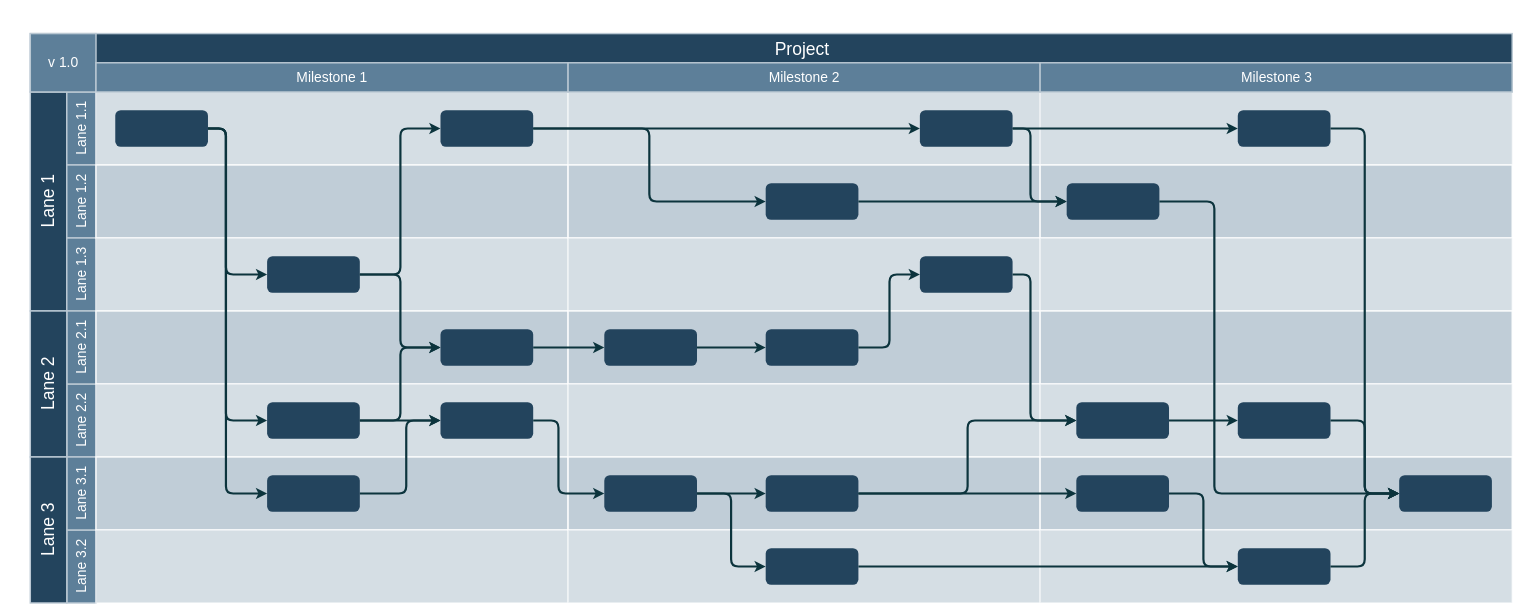
arlenye/design keeps this draw.io diagram as Untitled Diagram.drawio. Above is the earlier version. Source tidied: cells renumbered, new cells numbered last; positions are measured from the earlier drawing's top-left corner, leaving out a move shared by most shapes. Both pictures are drawn from the tidied source at 73%, with x=0, y=0 at pixel (30, 33).
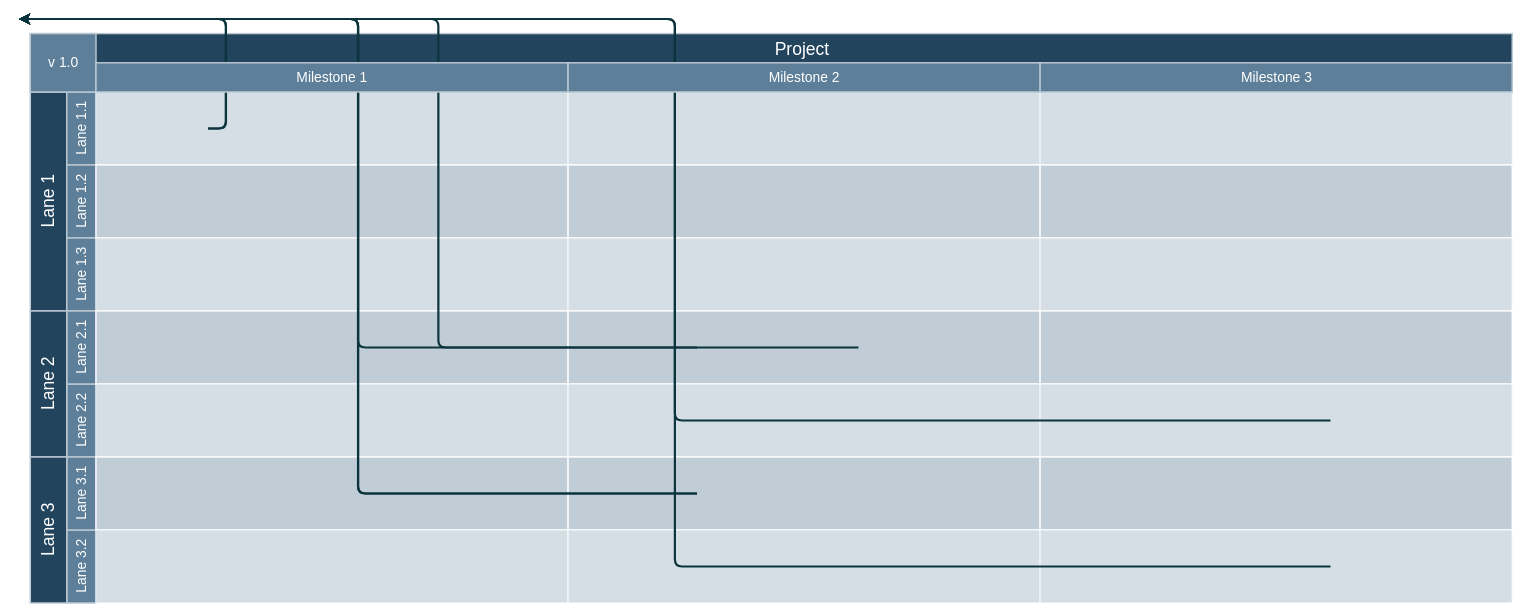
The same page after the edit.

What changed in the source:
```diff
@@
-    <mxCell id="35" style="edgeStyle=orthogonalEdgeStyle;rounded=1;jumpStyle=none;html=1;exitX=1;exitY=0.5;entryX=0;entryY=0.5;labelBackgroundColor=#ffffff;startArrow=none;startFill=0;endArrow=classic;jettySize=auto;strokeColor=#0C343D;strokeWidth=3;fontFamily=Helvetica;fontSize=11;fontColor=#000000;" parent="1" edge="1" source="36" target="38">
+    <mxCell id="35" style="edgeStyle=orthogonalEdgeStyle;rounded=1;jumpStyle=none;html=1;exitX=1;exitY=0.5;entryX=0;entryY=0.5;labelBackgroundColor=#ffffff;startArrow=none;startFill=0;endArrow=classic;jettySize=auto;orthogonalLoop=1;strokeColor=#0C343D;strokeWidth=3;fontFamily=Helvetica;fontSize=11;fontColor=#000000;" parent="1" edge="1">
       <mxGeometry relative="1" as="geometry">
+        <mxPoint x="243.4" y="130.5" as="sourcePoint" />
         <Array as="points">
           <mxPoint x="268" y="130.5" />
           <mxPoint x="268" y="330.5" />
         </Array>
       </mxGeometry>
     </mxCell>
-    <mxCell id="36" style="rounded=1;fillColor=#23445D;strokeColor=none;strokeWidth=2;fontFamily=Helvetica;html=1;gradientColor=none;" parent="1" vertex="1">
-      <mxGeometry x="116.4" y="105.5" width="127" height="50" as="geometry" />
-    </mxCell>
-    <mxCell id="37" style="rounded=1;fillColor=#23445D;strokeColor=none;strokeWidth=2;fontFamily=Helvetica;html=1;gradientColor=none;" parent="1" vertex="1">
-      <mxGeometry x="561.9" y="105.5" width="127" height="50" as="geometry" />
-    </mxCell>
-    <mxCell id="38" style="rounded=1;fillColor=#23445D;strokeColor=none;strokeWidth=2;fontFamily=Helvetica;html=1;gradientColor=none;" parent="1" vertex="1">
-      <mxGeometry x="324.4" y="305.5" width="127" height="50" as="geometry" />
-    </mxCell>
-    <mxCell id="39" style="rounded=1;fillColor=#23445D;strokeColor=none;strokeWidth=2;fontFamily=Helvetica;html=1;gradientColor=none;" parent="1" vertex="1">
-      <mxGeometry x="561.9" y="405.5" width="127" height="50" as="geometry" />
-    </mxCell>
-    <mxCell id="40" style="rounded=1;fillColor=#23445D;strokeColor=none;strokeWidth=2;fontFamily=Helvetica;html=1;gradientColor=none;" parent="1" vertex="1">
-      <mxGeometry x="561.9" y="505.5" width="127" height="50" as="geometry" />
-    </mxCell>
-    <mxCell id="41" style="rounded=1;fillColor=#23445D;strokeColor=none;strokeWidth=2;fontFamily=Helvetica;html=1;gradientColor=none;" parent="1" vertex="1">
-      <mxGeometry x="324.4" y="605.5" width="127" height="50" as="geometry" />
-    </mxCell>
-    <mxCell id="42" style="rounded=1;fillColor=#23445D;strokeColor=none;strokeWidth=2;fontFamily=Helvetica;html=1;gradientColor=none;" parent="1" vertex="1">
-      <mxGeometry x="324.4" y="505.5" width="127" height="50" as="geometry" />
-    </mxCell>
-    <mxCell id="43" style="rounded=1;fillColor=#23445D;strokeColor=none;strokeWidth=2;fontFamily=Helvetica;html=1;gradientColor=none;" parent="1" vertex="1">
-      <mxGeometry x="1007.4" y="205.5" width="127" height="50" as="geometry" />
-    </mxCell>
-    <mxCell id="44" style="rounded=1;fillColor=#23445D;strokeColor=none;strokeWidth=2;fontFamily=Helvetica;html=1;gradientColor=none;" parent="1" vertex="1">
-      <mxGeometry x="1218.6" y="105.5" width="127" height="50" as="geometry" />
-    </mxCell>
-    <mxCell id="45" style="rounded=1;fillColor=#23445D;strokeColor=none;strokeWidth=2;gradientColor=none;fontFamily=Helvetica;html=1;" parent="1" vertex="1">
-      <mxGeometry x="1875.2" y="605.5" width="127" height="50" as="geometry" />
-    </mxCell>
-    <mxCell id="46" style="rounded=1;fillColor=#23445D;strokeColor=none;strokeWidth=2;fontFamily=Helvetica;html=1;gradientColor=none;" parent="1" vertex="1">
-      <mxGeometry x="1007.4" y="405.5" width="127" height="50" as="geometry" />
-    </mxCell>
-    <mxCell id="47" style="rounded=1;fillColor=#23445D;strokeColor=none;strokeWidth=2;fontFamily=Helvetica;html=1;gradientColor=none;" parent="1" vertex="1">
-      <mxGeometry x="1007.4" y="705.5" width="127" height="50" as="geometry" />
-    </mxCell>
-    <mxCell id="48" style="rounded=1;fillColor=#23445D;strokeColor=none;strokeWidth=2;fontFamily=Helvetica;html=1;gradientColor=none;" parent="1" vertex="1">
-      <mxGeometry x="786.3" y="605.5" width="127" height="50" as="geometry" />
-    </mxCell>
-    <mxCell id="49" style="rounded=1;fillColor=#23445D;strokeColor=none;strokeWidth=2;fontFamily=Helvetica;html=1;gradientColor=none;" parent="1" vertex="1">
-      <mxGeometry x="1007.4" y="605.5" width="127" height="50" as="geometry" />
-    </mxCell>
-    <mxCell id="50" style="rounded=1;fillColor=#23445D;strokeColor=none;strokeWidth=2;fontFamily=Helvetica;html=1;gradientColor=none;" parent="1" vertex="1">
-      <mxGeometry x="786.3" y="405.5" width="127" height="50" as="geometry" />
-    </mxCell>
-    <mxCell id="51" style="rounded=1;fillColor=#23445D;strokeColor=none;strokeWidth=2;fontFamily=Helvetica;html=1;gradientColor=none;" parent="1" vertex="1">
-      <mxGeometry x="1218.6" y="305.5" width="127" height="50" as="geometry" />
-    </mxCell>
-    <mxCell id="52" style="rounded=1;fillColor=#23445D;strokeColor=none;strokeWidth=2;gradientColor=none;fontFamily=Helvetica;html=1;" parent="1" vertex="1">
-      <mxGeometry x="1432.9" y="505.5" width="127" height="50" as="geometry" />
-    </mxCell>
-    <mxCell id="53" style="rounded=1;fillColor=#23445D;strokeColor=none;strokeWidth=2;gradientColor=none;fontFamily=Helvetica;html=1;" parent="1" vertex="1">
-      <mxGeometry x="1654.1" y="505.5" width="127" height="50" as="geometry" />
-    </mxCell>
-    <mxCell id="54" style="rounded=1;fillColor=#23445D;strokeColor=none;strokeWidth=2;gradientColor=none;fontFamily=Helvetica;html=1;" parent="1" vertex="1">
-      <mxGeometry x="1419.7" y="205.5" width="127" height="50" as="geometry" />
-    </mxCell>
-    <mxCell id="55" style="rounded=1;fillColor=#23445D;strokeColor=none;strokeWidth=2;gradientColor=none;fontFamily=Helvetica;html=1;" parent="1" vertex="1">
-      <mxGeometry x="1432.9" y="605.5" width="127" height="50" as="geometry" />
-    </mxCell>
-    <mxCell id="56" style="rounded=1;fillColor=#23445D;strokeColor=none;strokeWidth=2;gradientColor=none;fontFamily=Helvetica;html=1;" parent="1" vertex="1">
-      <mxGeometry x="1654.1" y="705.5" width="127" height="50" as="geometry" />
-    </mxCell>
-    <mxCell id="57" style="rounded=1;fillColor=#23445D;strokeColor=none;strokeWidth=2;gradientColor=none;fontFamily=Helvetica;html=1;" parent="1" vertex="1">
-      <mxGeometry x="1654.1" y="105.5" width="127" height="50" as="geometry" />
-    </mxCell>
-    <mxCell id="58" style="edgeStyle=elbowEdgeStyle;elbow=horizontal;strokeWidth=3;strokeColor=#0C343D;fontFamily=Helvetica;html=1;" parent="1" edge="1" source="36" target="42">
+    <mxCell id="58" style="edgeStyle=elbowEdgeStyle;elbow=horizontal;strokeWidth=3;strokeColor=#0C343D;fontFamily=Helvetica;html=1;" parent="1" edge="1">
       <mxGeometry x="6.4" y="830.5" as="geometry">
+        <mxPoint x="243.4" y="130.5" as="sourcePoint" />
+        <mxPoint x="-15.6" y="-19.5" as="targetPoint" />
         <Array as="points">
           <mxPoint x="268" y="343.5" />
         </Array>
       </mxGeometry>
     </mxCell>
-    <mxCell id="59" style="edgeStyle=elbowEdgeStyle;elbow=horizontal;strokeWidth=3;strokeColor=#0C343D;fontFamily=Helvetica;html=1;" parent="1" edge="1" source="36" target="41">
+    <mxCell id="59" style="edgeStyle=elbowEdgeStyle;elbow=horizontal;strokeWidth=3;strokeColor=#0C343D;fontFamily=Helvetica;html=1;" parent="1" edge="1">
       <mxGeometry x="6.4" y="830.5" as="geometry">
+        <mxPoint x="243.4" y="130.5" as="sourcePoint" />
+        <mxPoint x="-15.6" y="-19.5" as="targetPoint" />
         <Array as="points">
           <mxPoint x="268" y="252.5" />
         </Array>
       </mxGeometry>
     </mxCell>
-    <mxCell id="60" style="edgeStyle=elbowEdgeStyle;elbow=horizontal;strokeWidth=3;strokeColor=#0C343D;fontFamily=Helvetica;html=1;" parent="1" edge="1" source="38" target="37">
-      <mxGeometry x="6.4" y="830.5" as="geometry" />
-    </mxCell>
-    <mxCell id="61" style="edgeStyle=elbowEdgeStyle;elbow=horizontal;strokeWidth=3;strokeColor=#0C343D;fontFamily=Helvetica;html=1;" parent="1" edge="1" source="38" target="39">
-      <mxGeometry x="6.4" y="830.5" as="geometry" />
-    </mxCell>
-    <mxCell id="62" style="edgeStyle=elbowEdgeStyle;elbow=horizontal;strokeWidth=3;strokeColor=#0C343D;fontFamily=Helvetica;html=1;" parent="1" edge="1" source="42" target="39">
-      <mxGeometry x="6.4" y="830.5" as="geometry" />
-    </mxCell>
-    <mxCell id="63" style="edgeStyle=elbowEdgeStyle;elbow=horizontal;strokeWidth=3;strokeColor=#0C343D;fontFamily=Helvetica;html=1;" parent="1" edge="1" source="42" target="40">
-      <mxGeometry x="6.4" y="830.5" as="geometry" />
-    </mxCell>
-    <mxCell id="64" style="edgeStyle=elbowEdgeStyle;elbow=horizontal;strokeWidth=3;strokeColor=#0C343D;fontFamily=Helvetica;html=1;" parent="1" edge="1" source="41" target="40">
-      <mxGeometry x="6.4" y="830.5" as="geometry">
-        <Array as="points">
-          <mxPoint x="515" y="584.5" />
-        </Array>
-      </mxGeometry>
-    </mxCell>
-    <mxCell id="65" style="edgeStyle=elbowEdgeStyle;elbow=horizontal;strokeWidth=3;strokeColor=#0C343D;fontFamily=Helvetica;html=1;" parent="1" edge="1" source="37" target="43">
-      <mxGeometry x="6.4" y="830.5" as="geometry" />
-    </mxCell>
-    <mxCell id="66" style="edgeStyle=elbowEdgeStyle;elbow=horizontal;strokeWidth=3;strokeColor=#0C343D;fontFamily=Helvetica;html=1;" parent="1" edge="1" source="39" target="50">
-      <mxGeometry x="6.4" y="830.5" as="geometry" />
-    </mxCell>
-    <mxCell id="67" style="edgeStyle=elbowEdgeStyle;elbow=horizontal;strokeWidth=3;strokeColor=#0C343D;fontFamily=Helvetica;html=1;" parent="1" edge="1" source="50" target="46">
-      <mxGeometry x="6.4" y="830.5" as="geometry" />
+    <mxCell id="67" style="edgeStyle=elbowEdgeStyle;elbow=horizontal;strokeWidth=3;strokeColor=#0C343D;fontFamily=Helvetica;html=1;" parent="1" edge="1">
+      <mxGeometry x="6.4" y="830.5" as="geometry">
+        <mxPoint x="913.3" y="430.5" as="sourcePoint" />
+        <mxPoint x="-15.6" y="-19.5" as="targetPoint" />
+      </mxGeometry>
     </mxCell>
-    <mxCell id="68" style="edgeStyle=elbowEdgeStyle;elbow=horizontal;strokeWidth=3;strokeColor=#0C343D;fontFamily=Helvetica;html=1;" parent="1" edge="1" source="37" target="44">
-      <mxGeometry x="6.4" y="830.5" as="geometry" />
-    </mxCell>
-    <mxCell id="69" style="edgeStyle=elbowEdgeStyle;elbow=horizontal;strokeWidth=3;strokeColor=#0C343D;fontFamily=Helvetica;html=1;" parent="1" edge="1" source="40" target="48">
-      <mxGeometry x="6.4" y="830.5" as="geometry">
-        <Array as="points">
-          <mxPoint x="723.5" y="580.5" />
-        </Array>
-      </mxGeometry>
-    </mxCell>
-    <mxCell id="70" style="edgeStyle=elbowEdgeStyle;elbow=horizontal;strokeWidth=3;strokeColor=#0C343D;fontFamily=Helvetica;html=1;" parent="1" edge="1" source="48" target="49">
-      <mxGeometry x="6.4" y="830.5" as="geometry" />
+    <mxCell id="70" style="edgeStyle=elbowEdgeStyle;elbow=horizontal;strokeWidth=3;strokeColor=#0C343D;fontFamily=Helvetica;html=1;" parent="1" edge="1">
+      <mxGeometry x="6.4" y="830.5" as="geometry">
+        <mxPoint x="913.3" y="630.5" as="sourcePoint" />
+        <mxPoint x="-15.6" y="-19.5" as="targetPoint" />
+      </mxGeometry>
     </mxCell>
-    <mxCell id="71" style="edgeStyle=elbowEdgeStyle;elbow=horizontal;strokeWidth=3;strokeColor=#0C343D;fontFamily=Helvetica;html=1;" parent="1" edge="1" source="48" target="47">
-      <mxGeometry x="6.4" y="830.5" as="geometry" />
+    <mxCell id="71" style="edgeStyle=elbowEdgeStyle;elbow=horizontal;strokeWidth=3;strokeColor=#0C343D;fontFamily=Helvetica;html=1;" parent="1" edge="1">
+      <mxGeometry x="6.4" y="830.5" as="geometry">
+        <mxPoint x="913.3" y="630.5" as="sourcePoint" />
+        <mxPoint x="-15.6" y="-19.5" as="targetPoint" />
+      </mxGeometry>
     </mxCell>
-    <mxCell id="72" style="edgeStyle=elbowEdgeStyle;elbow=horizontal;strokeWidth=3;strokeColor=#0C343D;fontFamily=Helvetica;html=1;" parent="1" edge="1" source="47" target="56">
-      <mxGeometry x="6.4" y="830.5" as="geometry" />
-    </mxCell>
-    <mxCell id="73" style="edgeStyle=elbowEdgeStyle;elbow=horizontal;strokeWidth=3;strokeColor=#0C343D;fontFamily=Helvetica;html=1;" parent="1" edge="1" source="56" target="45">
-      <mxGeometry x="6.4" y="830.5" as="geometry" />
+    <mxCell id="73" style="edgeStyle=elbowEdgeStyle;elbow=horizontal;strokeWidth=3;strokeColor=#0C343D;fontFamily=Helvetica;html=1;" parent="1" edge="1">
+      <mxGeometry x="6.4" y="830.5" as="geometry">
+        <mxPoint x="1781.1" y="730.5" as="sourcePoint" />
+        <mxPoint x="-15.6" y="-19.5" as="targetPoint" />
+      </mxGeometry>
     </mxCell>
-    <mxCell id="74" style="edgeStyle=elbowEdgeStyle;elbow=horizontal;strokeWidth=3;strokeColor=#0C343D;fontFamily=Helvetica;html=1;" parent="1" edge="1" source="54" target="45">
-      <mxGeometry x="6.4" y="830.5" as="geometry">
-        <Array as="points">
-          <mxPoint x="1622" y="430.5" />
-        </Array>
-      </mxGeometry>
-    </mxCell>
-    <mxCell id="75" style="edgeStyle=elbowEdgeStyle;elbow=horizontal;strokeWidth=3;strokeColor=#0C343D;fontFamily=Helvetica;html=1;" parent="1" edge="1" source="55" target="56">
-      <mxGeometry x="6.4" y="830.5" as="geometry" />
-    </mxCell>
-    <mxCell id="76" style="edgeStyle=elbowEdgeStyle;elbow=horizontal;strokeWidth=3;strokeColor=#0C343D;fontFamily=Helvetica;html=1;" parent="1" edge="1" source="49" target="52">
-      <mxGeometry x="6.4" y="830.5" as="geometry" />
-    </mxCell>
-    <mxCell id="77" style="edgeStyle=elbowEdgeStyle;elbow=horizontal;strokeWidth=3;strokeColor=#0C343D;fontFamily=Helvetica;html=1;" parent="1" edge="1" source="49" target="55">
-      <mxGeometry x="6.4" y="830.5" as="geometry" />
-    </mxCell>
-    <mxCell id="78" style="edgeStyle=elbowEdgeStyle;elbow=horizontal;strokeWidth=3;strokeColor=#0C343D;fontFamily=Helvetica;html=1;" parent="1" edge="1" source="46" target="51">
-      <mxGeometry x="6.4" y="830.5" as="geometry" />
+    <mxCell id="78" style="edgeStyle=elbowEdgeStyle;elbow=horizontal;strokeWidth=3;strokeColor=#0C343D;fontFamily=Helvetica;html=1;" parent="1" edge="1">
+      <mxGeometry x="6.4" y="830.5" as="geometry">
+        <mxPoint x="1134.4" y="430.5" as="sourcePoint" />
+        <mxPoint x="-15.6" y="-19.5" as="targetPoint" />
+      </mxGeometry>
     </mxCell>
-    <mxCell id="79" style="edgeStyle=elbowEdgeStyle;elbow=horizontal;strokeWidth=3;strokeColor=#0C343D;fontFamily=Helvetica;html=1;" parent="1" edge="1" source="43" target="54">
-      <mxGeometry x="6.4" y="830.5" as="geometry" />
-    </mxCell>
-    <mxCell id="80" style="edgeStyle=elbowEdgeStyle;elbow=horizontal;strokeWidth=3;strokeColor=#0C343D;fontFamily=Helvetica;html=1;" parent="1" edge="1" source="44" target="54">
-      <mxGeometry x="6.4" y="830.5" as="geometry">
-        <Array as="points">
-          <mxPoint x="1370.1" y="180.5" />
-        </Array>
-      </mxGeometry>
-    </mxCell>
-    <mxCell id="81" style="edgeStyle=elbowEdgeStyle;elbow=horizontal;strokeWidth=3;strokeColor=#0C343D;fontFamily=Helvetica;html=1;" parent="1" edge="1" source="44" target="57">
-      <mxGeometry x="6.4" y="830.5" as="geometry" />
-    </mxCell>
-    <mxCell id="82" style="edgeStyle=elbowEdgeStyle;elbow=horizontal;strokeWidth=3;strokeColor=#0C343D;fontFamily=Helvetica;html=1;" parent="1" edge="1" source="57" target="45">
-      <mxGeometry x="6.4" y="830.5" as="geometry" />
-    </mxCell>
-    <mxCell id="83" style="edgeStyle=elbowEdgeStyle;elbow=horizontal;strokeWidth=3;strokeColor=#0C343D;fontFamily=Helvetica;html=1;" parent="1" edge="1" source="53" target="45">
-      <mxGeometry x="6.4" y="830.5" as="geometry" />
+    <mxCell id="83" style="edgeStyle=elbowEdgeStyle;elbow=horizontal;strokeWidth=3;strokeColor=#0C343D;fontFamily=Helvetica;html=1;" parent="1" edge="1">
+      <mxGeometry x="6.4" y="830.5" as="geometry">
+        <mxPoint x="1781.1" y="530.5" as="sourcePoint" />
+        <mxPoint x="-15.6" y="-19.5" as="targetPoint" />
+      </mxGeometry>
     </mxCell>
-    <mxCell id="84" style="edgeStyle=elbowEdgeStyle;elbow=horizontal;strokeWidth=3;strokeColor=#0C343D;fontFamily=Helvetica;html=1;" parent="1" edge="1" source="52" target="53">
-      <mxGeometry x="6.4" y="830.5" as="geometry" />
-    </mxCell>
-    <mxCell id="85" style="edgeStyle=elbowEdgeStyle;elbow=horizontal;strokeWidth=3;strokeColor=#0C343D;fontFamily=Helvetica;html=1;" parent="1" edge="1" source="51" target="52">
-      <mxGeometry x="6.4" y="830.5" as="geometry">
-        <Array as="points">
-          <mxPoint x="1370.1" y="430.5" />
-        </Array>
-      </mxGeometry>
-    </mxCell>
```
